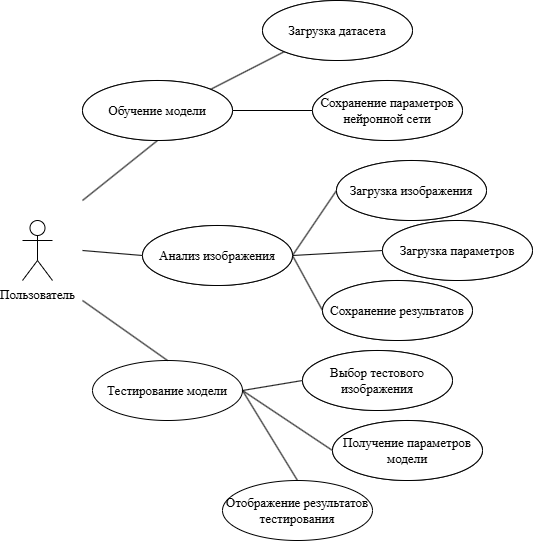
The draw.io diagram images/сценарии использования.png in borgysky/praktika_otchet, before a commit. Source tidied: cells renumbered, new cells last; positions are measured from the earlier drawing's top-left corner, leaving out a move shared by most shapes.
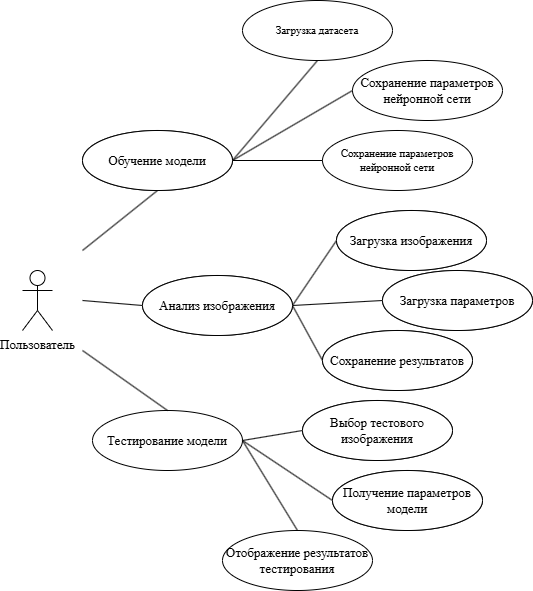
After the commit.

What changed in the source:
```diff
@@ -12,10 +12,10 @@
       <mxGeometry x="70" y="360" width="150" height="60" as="geometry" />
     </mxCell>
     <mxCell id="5" value="Загрузка датасета" style="ellipse;whiteSpace=wrap;html=1;fontFamily=Times New Roman;fontSize=11;" parent="1" vertex="1">
-      <mxGeometry x="240" width="150" height="60" as="geometry" />
+      <mxGeometry x="220" y="-50" width="150" height="60" as="geometry" />
     </mxCell>
     <mxCell id="6" value="Сохранение параметров нейронной сети" style="ellipse;whiteSpace=wrap;html=1;fontFamily=Times New Roman;fontSize=11;" parent="1" vertex="1">
-      <mxGeometry x="290" y="80" width="150" height="60" as="geometry" />
+      <mxGeometry x="300" y="80" width="150" height="60" as="geometry" />
     </mxCell>
     <mxCell id="7" value="Загрузка параметров" style="ellipse;whiteSpace=wrap;html=1;fontFamily=Times New Roman;fontSize=11;" parent="1" vertex="1">
       <mxGeometry x="360" y="220" width="150" height="60" as="geometry" />
@@ -23,7 +23,7 @@
     <mxCell id="8" value="Обучение модели" style="ellipse;whiteSpace=wrap;html=1;fontFamily=Times New Roman;fontSize=11;" parent="1" vertex="1">
       <mxGeometry x="60" y="80" width="150" height="60" as="geometry" />
     </mxCell>
-    <mxCell id="9" style="endArrow=none;html=1;rounded=0;exitX=1;exitY=0;exitDx=0;exitDy=0;entryX=0;entryY=1;entryDx=0;entryDy=0;" parent="1" edge="1" source="8" target="5">
+    <mxCell id="9" style="endArrow=none;html=1;rounded=0;exitX=1;exitY=0.5;exitDx=0;exitDy=0;entryX=0.5;entryY=1;entryDx=0;entryDy=0;" parent="1" edge="1" source="25" target="5">
       <mxGeometry relative="1" as="geometry" />
     </mxCell>
     <mxCell id="10" style="endArrow=none;html=1;rounded=0;exitX=1;exitY=0.5;exitDx=0;exitDy=0;entryX=0;entryY=0.5;entryDx=0;entryDy=0;" parent="1" edge="1" source="8" target="6">
@@ -80,11 +80,8 @@
     <mxCell id="25" value="Обучение модели" style="ellipse;whiteSpace=wrap;html=1;fontFamily=Times New Roman;fontSize=13;" parent="1" vertex="1">
       <mxGeometry x="60" y="80" width="150" height="60" as="geometry" />
     </mxCell>
-    <mxCell id="26" value="Загрузка датасета" style="ellipse;whiteSpace=wrap;html=1;fontFamily=Times New Roman;fontSize=13;" parent="1" vertex="1">
-      <mxGeometry x="240" width="150" height="60" as="geometry" />
-    </mxCell>
     <mxCell id="27" value="Сохранение параметров нейронной сети" style="ellipse;whiteSpace=wrap;html=1;fontFamily=Times New Roman;fontSize=13;" parent="1" vertex="1">
-      <mxGeometry x="290" y="80" width="150" height="60" as="geometry" />
+      <mxGeometry x="330" y="10" width="150" height="60" as="geometry" />
     </mxCell>
     <mxCell id="28" value="Загрузка изображения" style="ellipse;whiteSpace=wrap;html=1;fontFamily=Times New Roman;fontSize=13;" parent="1" vertex="1">
       <mxGeometry x="314" y="160" width="150" height="60" as="geometry" />
@@ -104,5 +101,8 @@
     <mxCell id="33" value="Получение параметров модели" style="ellipse;whiteSpace=wrap;html=1;fontFamily=Times New Roman;fontSize=13;" parent="1" vertex="1">
       <mxGeometry x="310" y="420" width="150" height="60" as="geometry" />
     </mxCell>
+    <mxCell id="34" style="endArrow=none;html=1;rounded=0;exitX=1;exitY=0.5;exitDx=0;exitDy=0;entryX=0;entryY=0.5;entryDx=0;entryDy=0;" parent="1" edge="1" source="25" target="27">
+      <mxGeometry relative="1" as="geometry" />
+    </mxCell>
   </root>
 </mxGraphModel>
```
